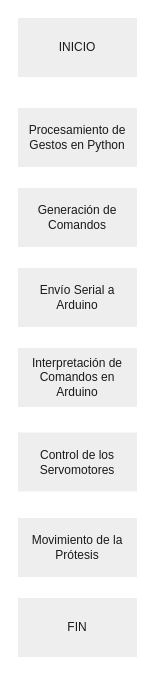
Earlier version of the draw.io diagram img/Diagrama sin título.drawio (CarlosErz/FingersBot). Source tidied: cells renumbered, new cells numbered last; positions are measured from the earlier drawing's top-left corner, leaving out a move shared by most shapes. Both pictures are drawn from the tidied source at 100%, with x=0, y=0 at pixel (17, 17).
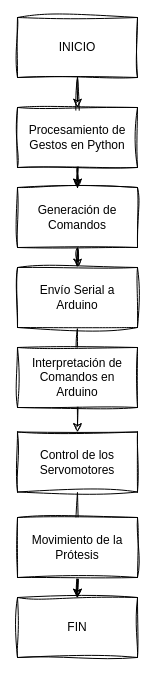
The same diagram, later.

Change to the diagram source:
```diff
@@
 <mxGraphModel>
   <root>
     <mxCell id="0" />
     <mxCell id="1" parent="0" />
+    <mxCell id="16" style="edgeStyle=orthogonalEdgeStyle;rounded=0;jettySize=auto;html=1;fontColor=default;sketch=1;curveFitting=1;jiggle=2;labelBackgroundColor=none;" parent="1" edge="1" source="2" target="7">
+      <mxGeometry relative="1" as="geometry" />
+    </mxCell>
-    <mxCell id="2" value="INICIO" style="rounded=0;whiteSpace=wrap;html=1;labelBackgroundColor=none;fillColor=#EEEEEE;strokeColor=#FFFFFF;fontColor=#1A1A1A;" parent="1" vertex="1">
+    <mxCell id="2" value="INICIO" style="rounded=0;whiteSpace=wrap;html=1;labelBackgroundColor=none;sketch=1;curveFitting=1;jiggle=2;" parent="1" vertex="1">
       <mxGeometry width="120" height="60" as="geometry" />
     </mxCell>
-    <mxCell id="3" style="edgeStyle=orthogonalEdgeStyle;rounded=0;jettySize=auto;html=1;exitX=0.5;exitY=1;exitDx=0;exitDy=0;entryX=0.5;entryY=0;entryDx=0;entryDy=0;labelBackgroundColor=none;strokeColor=#FFFFFF;fontColor=default;" parent="1" edge="1" source="2" target="5">
+    <mxCell id="3" style="edgeStyle=orthogonalEdgeStyle;rounded=0;jettySize=auto;html=1;exitX=0.5;exitY=1;exitDx=0;exitDy=0;entryX=0.5;entryY=0;entryDx=0;entryDy=0;labelBackgroundColor=none;fontColor=default;sketch=1;curveFitting=1;jiggle=2;" parent="1" edge="1" source="2" target="5">
       <mxGeometry relative="1" as="geometry" />
     </mxCell>
-    <mxCell id="4" style="edgeStyle=orthogonalEdgeStyle;rounded=0;jettySize=auto;html=1;labelBackgroundColor=none;strokeColor=#FFFFFF;fontColor=default;" parent="1" edge="1" source="5" target="7">
+    <mxCell id="4" style="edgeStyle=orthogonalEdgeStyle;rounded=0;jettySize=auto;html=1;labelBackgroundColor=none;fontColor=default;sketch=1;curveFitting=1;jiggle=2;" parent="1" edge="1" source="5" target="7">
       <mxGeometry relative="1" as="geometry" />
     </mxCell>
-    <mxCell id="5" value="Procesamiento de Gestos en Python" style="rounded=0;whiteSpace=wrap;html=1;fillColor=#EEEEEE;strokeColor=#FFFFFF;labelBackgroundColor=none;fontColor=#1A1A1A;" parent="1" vertex="1">
+    <mxCell id="5" value="Procesamiento de Gestos en Python" style="rounded=0;whiteSpace=wrap;html=1;labelBackgroundColor=none;sketch=1;curveFitting=1;jiggle=2;" parent="1" vertex="1">
       <mxGeometry y="90" width="120" height="60" as="geometry" />
     </mxCell>
-    <mxCell id="6" style="edgeStyle=orthogonalEdgeStyle;rounded=0;jettySize=auto;html=1;labelBackgroundColor=none;strokeColor=#FFFFFF;fontColor=default;" parent="1" edge="1" source="7" target="9">
+    <mxCell id="6" style="edgeStyle=orthogonalEdgeStyle;rounded=0;jettySize=auto;html=1;labelBackgroundColor=none;fontColor=default;sketch=1;curveFitting=1;jiggle=2;" parent="1" edge="1" source="7" target="9">
       <mxGeometry relative="1" as="geometry" />
     </mxCell>
-    <mxCell id="7" value="Generación de Comandos " style="rounded=0;whiteSpace=wrap;html=1;fillColor=#EEEEEE;strokeColor=#FFFFFF;labelBackgroundColor=none;fontColor=#1A1A1A;" parent="1" vertex="1">
+    <mxCell id="7" value="Generación de Comandos " style="rounded=0;whiteSpace=wrap;html=1;labelBackgroundColor=none;sketch=1;curveFitting=1;jiggle=2;" parent="1" vertex="1">
       <mxGeometry y="170" width="120" height="60" as="geometry" />
     </mxCell>
-    <mxCell id="8" style="edgeStyle=orthogonalEdgeStyle;rounded=0;jettySize=auto;html=1;labelBackgroundColor=none;strokeColor=#FFFFFF;fontColor=default;" parent="1" edge="1" source="9" target="12">
+    <mxCell id="8" style="edgeStyle=orthogonalEdgeStyle;rounded=0;jettySize=auto;html=1;labelBackgroundColor=none;fontColor=default;sketch=1;curveFitting=1;jiggle=2;" parent="1" edge="1" source="9" target="12">
       <mxGeometry relative="1" as="geometry" />
     </mxCell>
-    <mxCell id="9" value="Envío Serial a Arduino " style="rounded=0;whiteSpace=wrap;html=1;fillColor=#EEEEEE;strokeColor=#FFFFFF;labelBackgroundColor=none;fontColor=#1A1A1A;" parent="1" vertex="1">
+    <mxCell id="9" value="Envío Serial a Arduino " style="rounded=0;whiteSpace=wrap;html=1;labelBackgroundColor=none;sketch=1;curveFitting=1;jiggle=2;" parent="1" vertex="1">
       <mxGeometry y="250" width="120" height="60" as="geometry" />
     </mxCell>
-    <mxCell id="10" value="Interpretación de Comandos en Arduino" style="rounded=0;whiteSpace=wrap;html=1;fillColor=#EEEEEE;strokeColor=#FFFFFF;labelBackgroundColor=none;fontColor=#1A1A1A;" parent="1" vertex="1">
+    <mxCell id="10" value="Interpretación de Comandos en Arduino" style="rounded=0;whiteSpace=wrap;html=1;labelBackgroundColor=none;sketch=1;curveFitting=1;jiggle=2;" parent="1" vertex="1">
       <mxGeometry y="330" width="120" height="60" as="geometry" />
     </mxCell>
-    <mxCell id="11" style="edgeStyle=orthogonalEdgeStyle;rounded=0;jettySize=auto;html=1;labelBackgroundColor=none;strokeColor=#FFFFFF;fontColor=default;" parent="1" edge="1" source="12" target="15">
+    <mxCell id="11" style="edgeStyle=orthogonalEdgeStyle;rounded=0;jettySize=auto;html=1;labelBackgroundColor=none;fontColor=default;sketch=1;curveFitting=1;jiggle=2;" parent="1" edge="1" source="12" target="15">
       <mxGeometry relative="1" as="geometry" />
     </mxCell>
-    <mxCell id="12" value="Control de los Servomotores" style="rounded=0;whiteSpace=wrap;html=1;fillColor=#EEEEEE;strokeColor=#FFFFFF;labelBackgroundColor=none;fontColor=#1A1A1A;" parent="1" vertex="1">
+    <mxCell id="12" value="Control de los Servomotores" style="rounded=0;whiteSpace=wrap;html=1;labelBackgroundColor=none;sketch=1;curveFitting=1;jiggle=2;" parent="1" vertex="1">
       <mxGeometry y="414.5" width="120" height="60" as="geometry" />
     </mxCell>
-    <mxCell id="13" style="edgeStyle=orthogonalEdgeStyle;rounded=0;jettySize=auto;html=1;labelBackgroundColor=none;strokeColor=#FFFFFF;fontColor=default;" parent="1" edge="1" source="14" target="15">
+    <mxCell id="13" style="edgeStyle=orthogonalEdgeStyle;rounded=0;jettySize=auto;html=1;labelBackgroundColor=none;fontColor=default;sketch=1;curveFitting=1;jiggle=2;" parent="1" edge="1" source="14" target="15">
       <mxGeometry relative="1" as="geometry" />
     </mxCell>
-    <mxCell id="14" value="Movimiento de la Prótesis" style="rounded=0;whiteSpace=wrap;html=1;fillColor=#EEEEEE;strokeColor=#FFFFFF;labelBackgroundColor=none;fontColor=#1A1A1A;" parent="1" vertex="1">
+    <mxCell id="14" value="Movimiento de la Prótesis" style="rounded=0;whiteSpace=wrap;html=1;labelBackgroundColor=none;sketch=1;curveFitting=1;jiggle=2;" parent="1" vertex="1">
       <mxGeometry y="500" width="120" height="60" as="geometry" />
     </mxCell>
-    <mxCell id="15" value="FIN" style="rounded=0;whiteSpace=wrap;html=1;labelBackgroundColor=none;fillColor=#EEEEEE;strokeColor=#FFFFFF;fontColor=#1A1A1A;" parent="1" vertex="1">
+    <mxCell id="15" value="FIN" style="rounded=0;whiteSpace=wrap;html=1;labelBackgroundColor=none;sketch=1;curveFitting=1;jiggle=2;" parent="1" vertex="1">
       <mxGeometry y="580" width="120" height="60" as="geometry" />
     </mxCell>
   </root>
 </mxGraphModel>
```
